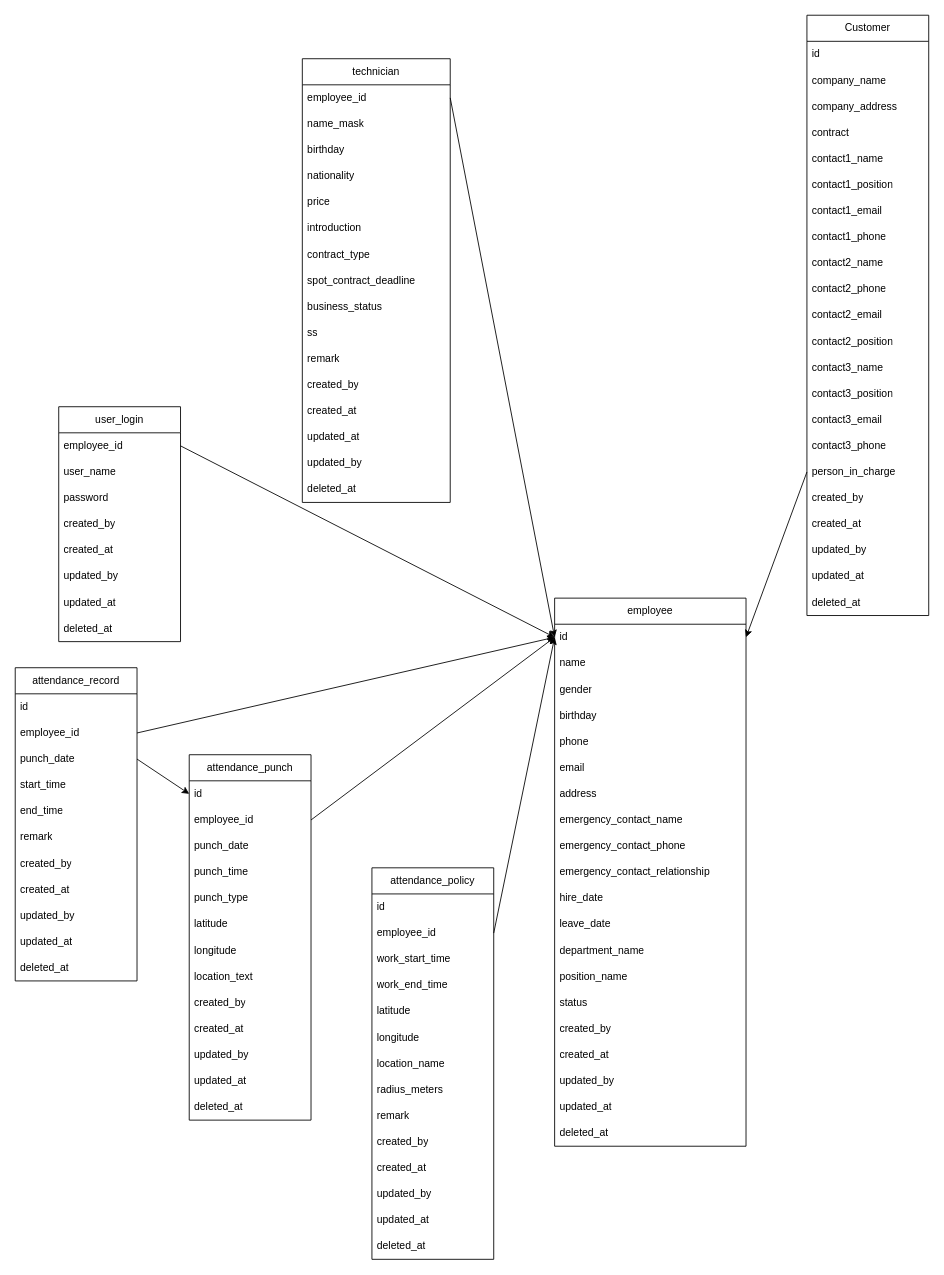
s1991721/MatchSys keeps this draw.io diagram as ER.drawio. Above is the earlier version. Source tidied: cells renumbered, new cells numbered last; positions are measured from the earlier drawing's top-left corner, leaving out a move shared by most shapes. Both pictures are drawn from the tidied source at 87%, with x=0, y=0 at pixel (15, 15).
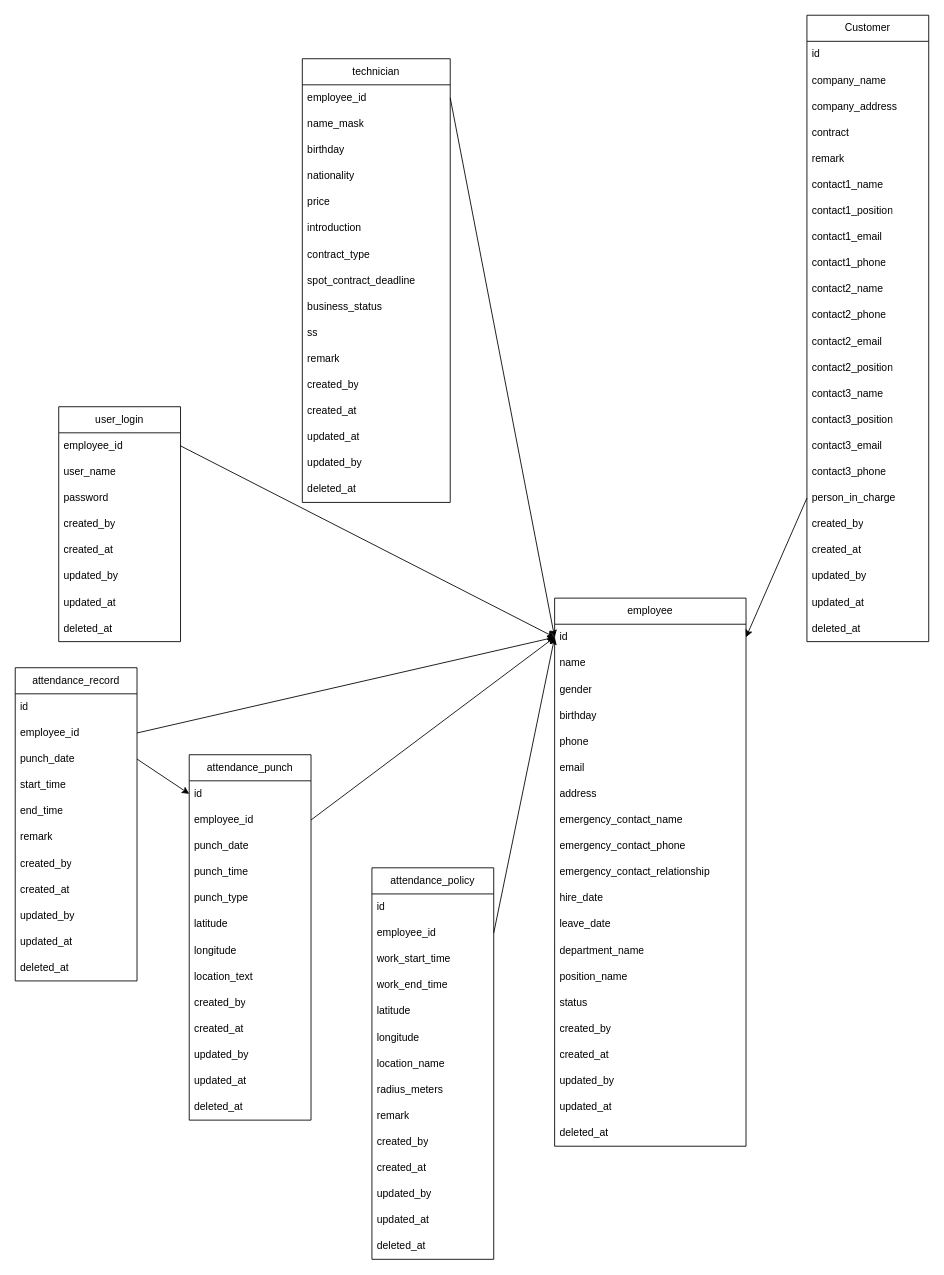
Above is the later version.

Change to the diagram source:
```diff
@@
     <mxCell id="96" value="Customer" style="swimlane;fontStyle=0;horizontal=1;startSize=30;whiteSpace=wrap;html=1;" parent="1" vertex="1">
-      <mxGeometry x="910" width="140" height="690" as="geometry" />
+      <mxGeometry x="910" width="140" height="720" as="geometry" />
     </mxCell>
@@
+    <mxCell id="120" value="remark" style="text;strokeColor=none;fillColor=none;align=left;verticalAlign=middle;spacingLeft=4;spacingRight=4;overflow=hidden;whiteSpace=wrap;html=1;" parent="96" vertex="1">
+      <mxGeometry y="150" width="140" height="30" as="geometry" />
+    </mxCell>
     <mxCell id="101" value="contact1_name" style="text;strokeColor=none;fillColor=none;align=left;verticalAlign=middle;spacingLeft=4;spacingRight=4;overflow=hidden;whiteSpace=wrap;html=1;" parent="96" vertex="1">
-      <mxGeometry y="150" width="140" height="30" as="geometry" />
+      <mxGeometry y="180" width="140" height="30" as="geometry" />
     </mxCell>
     <mxCell id="102" value="contact1_position" style="text;strokeColor=none;fillColor=none;align=left;verticalAlign=middle;spacingLeft=4;spacingRight=4;overflow=hidden;whiteSpace=wrap;html=1;" parent="96" vertex="1">
-      <mxGeometry y="180" width="140" height="30" as="geometry" />
+      <mxGeometry y="210" width="140" height="30" as="geometry" />
     </mxCell>
     <mxCell id="103" value="contact1_email" style="text;strokeColor=none;fillColor=none;align=left;verticalAlign=middle;spacingLeft=4;spacingRight=4;overflow=hidden;whiteSpace=wrap;html=1;" parent="96" vertex="1">
-      <mxGeometry y="210" width="140" height="30" as="geometry" />
+      <mxGeometry y="240" width="140" height="30" as="geometry" />
     </mxCell>
     <mxCell id="104" value="contact1_phone" style="text;strokeColor=none;fillColor=none;align=left;verticalAlign=middle;spacingLeft=4;spacingRight=4;overflow=hidden;whiteSpace=wrap;html=1;" parent="96" vertex="1">
-      <mxGeometry y="240" width="140" height="30" as="geometry" />
+      <mxGeometry y="270" width="140" height="30" as="geometry" />
     </mxCell>
     <mxCell id="105" value="contact2_name" style="text;strokeColor=none;fillColor=none;align=left;verticalAlign=middle;spacingLeft=4;spacingRight=4;overflow=hidden;whiteSpace=wrap;html=1;" parent="96" vertex="1">
-      <mxGeometry y="270" width="140" height="30" as="geometry" />
+      <mxGeometry y="300" width="140" height="30" as="geometry" />
     </mxCell>
     <mxCell id="106" value="contact2_phone" style="text;strokeColor=none;fillColor=none;align=left;verticalAlign=middle;spacingLeft=4;spacingRight=4;overflow=hidden;whiteSpace=wrap;html=1;" parent="96" vertex="1">
-      <mxGeometry y="300" width="140" height="30" as="geometry" />
+      <mxGeometry y="330" width="140" height="30" as="geometry" />
     </mxCell>
     <mxCell id="107" value="contact2_email" style="text;strokeColor=none;fillColor=none;align=left;verticalAlign=middle;spacingLeft=4;spacingRight=4;overflow=hidden;whiteSpace=wrap;html=1;" parent="96" vertex="1">
-      <mxGeometry y="330" width="140" height="30" as="geometry" />
+      <mxGeometry y="360" width="140" height="30" as="geometry" />
     </mxCell>
     <mxCell id="108" value="contact2_position" style="text;strokeColor=none;fillColor=none;align=left;verticalAlign=middle;spacingLeft=4;spacingRight=4;overflow=hidden;whiteSpace=wrap;html=1;" parent="96" vertex="1">
-      <mxGeometry y="360" width="140" height="30" as="geometry" />
+      <mxGeometry y="390" width="140" height="30" as="geometry" />
     </mxCell>
     <mxCell id="109" value="contact3_name" style="text;strokeColor=none;fillColor=none;align=left;verticalAlign=middle;spacingLeft=4;spacingRight=4;overflow=hidden;whiteSpace=wrap;html=1;" parent="96" vertex="1">
-      <mxGeometry y="390" width="140" height="30" as="geometry" />
+      <mxGeometry y="420" width="140" height="30" as="geometry" />
     </mxCell>
     <mxCell id="110" value="contact3_position" style="text;strokeColor=none;fillColor=none;align=left;verticalAlign=middle;spacingLeft=4;spacingRight=4;overflow=hidden;whiteSpace=wrap;html=1;" parent="96" vertex="1">
-      <mxGeometry y="420" width="140" height="30" as="geometry" />
+      <mxGeometry y="450" width="140" height="30" as="geometry" />
     </mxCell>
     <mxCell id="111" value="contact3_email" style="text;strokeColor=none;fillColor=none;align=left;verticalAlign=middle;spacingLeft=4;spacingRight=4;overflow=hidden;whiteSpace=wrap;html=1;" parent="96" vertex="1">
-      <mxGeometry y="450" width="140" height="30" as="geometry" />
+      <mxGeometry y="480" width="140" height="30" as="geometry" />
     </mxCell>
     <mxCell id="112" value="contact3_phone" style="text;strokeColor=none;fillColor=none;align=left;verticalAlign=middle;spacingLeft=4;spacingRight=4;overflow=hidden;whiteSpace=wrap;html=1;" parent="96" vertex="1">
-      <mxGeometry y="480" width="140" height="30" as="geometry" />
+      <mxGeometry y="510" width="140" height="30" as="geometry" />
     </mxCell>
     <mxCell id="113" value="person_in_charge&amp;nbsp;" style="text;strokeColor=none;fillColor=none;align=left;verticalAlign=middle;spacingLeft=4;spacingRight=4;overflow=hidden;points=[[0,0.5],[1,0.5]];portConstraint=eastwest;whiteSpace=wrap;html=1;" parent="96" vertex="1">
-      <mxGeometry y="510" width="140" height="30" as="geometry" />
+      <mxGeometry y="540" width="140" height="30" as="geometry" />
     </mxCell>
     <mxCell id="114" value="created_by" style="text;strokeColor=none;fillColor=none;align=left;verticalAlign=middle;spacingLeft=4;spacingRight=4;overflow=hidden;whiteSpace=wrap;html=1;" parent="96" vertex="1">
-      <mxGeometry y="540" width="140" height="30" as="geometry" />
+      <mxGeometry y="570" width="140" height="30" as="geometry" />
     </mxCell>
     <mxCell id="115" value="created_at" style="text;strokeColor=none;fillColor=none;align=left;verticalAlign=middle;spacingLeft=4;spacingRight=4;overflow=hidden;whiteSpace=wrap;html=1;" parent="96" vertex="1">
-      <mxGeometry y="570" width="140" height="30" as="geometry" />
+      <mxGeometry y="600" width="140" height="30" as="geometry" />
     </mxCell>
     <mxCell id="116" value="updated_by" style="text;strokeColor=none;fillColor=none;align=left;verticalAlign=middle;spacingLeft=4;spacingRight=4;overflow=hidden;whiteSpace=wrap;html=1;" parent="96" vertex="1">
-      <mxGeometry y="600" width="140" height="30" as="geometry" />
+      <mxGeometry y="630" width="140" height="30" as="geometry" />
     </mxCell>
     <mxCell id="117" value="updated_at" style="text;strokeColor=none;fillColor=none;align=left;verticalAlign=middle;spacingLeft=4;spacingRight=4;overflow=hidden;whiteSpace=wrap;html=1;" parent="96" vertex="1">
-      <mxGeometry y="630" width="140" height="30" as="geometry" />
+      <mxGeometry y="660" width="140" height="30" as="geometry" />
     </mxCell>
     <mxCell id="118" value="deleted_at" style="text;strokeColor=none;fillColor=none;align=left;verticalAlign=middle;spacingLeft=4;spacingRight=4;overflow=hidden;whiteSpace=wrap;html=1;" parent="96" vertex="1">
-      <mxGeometry y="660" width="140" height="30" as="geometry" />
+      <mxGeometry y="690" width="140" height="30" as="geometry" />
     </mxCell>
```
